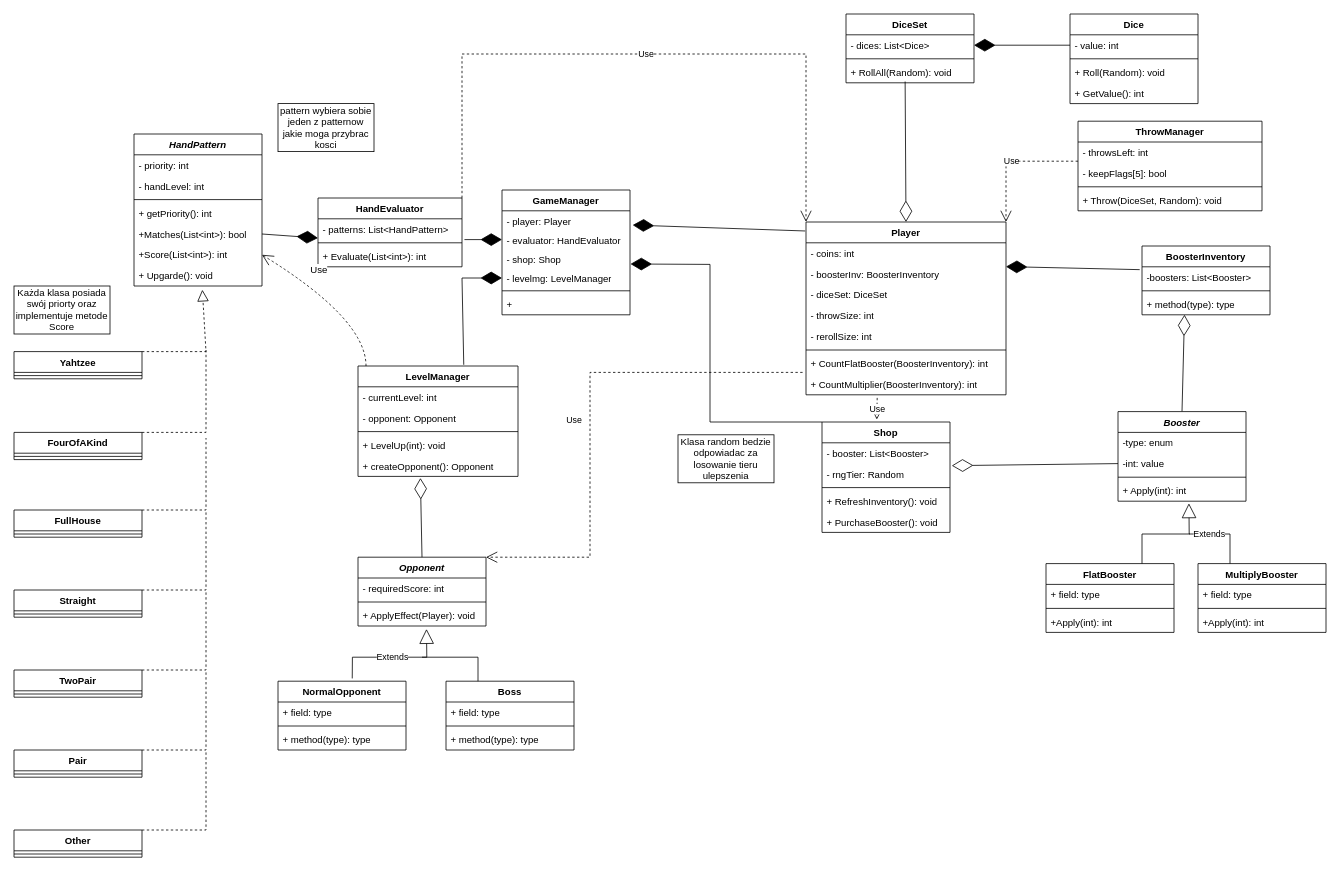
Before: DiceGame.drawio in kcprlal/DiceGame, a draw.io diagram. Source tidied: cells renumbered, new cells numbered last; positions are measured from the earlier drawing's top-left corner, leaving out a move shared by most shapes. Both pictures are drawn from the tidied source at 80%, with x=0, y=0 at pixel (14, 14).
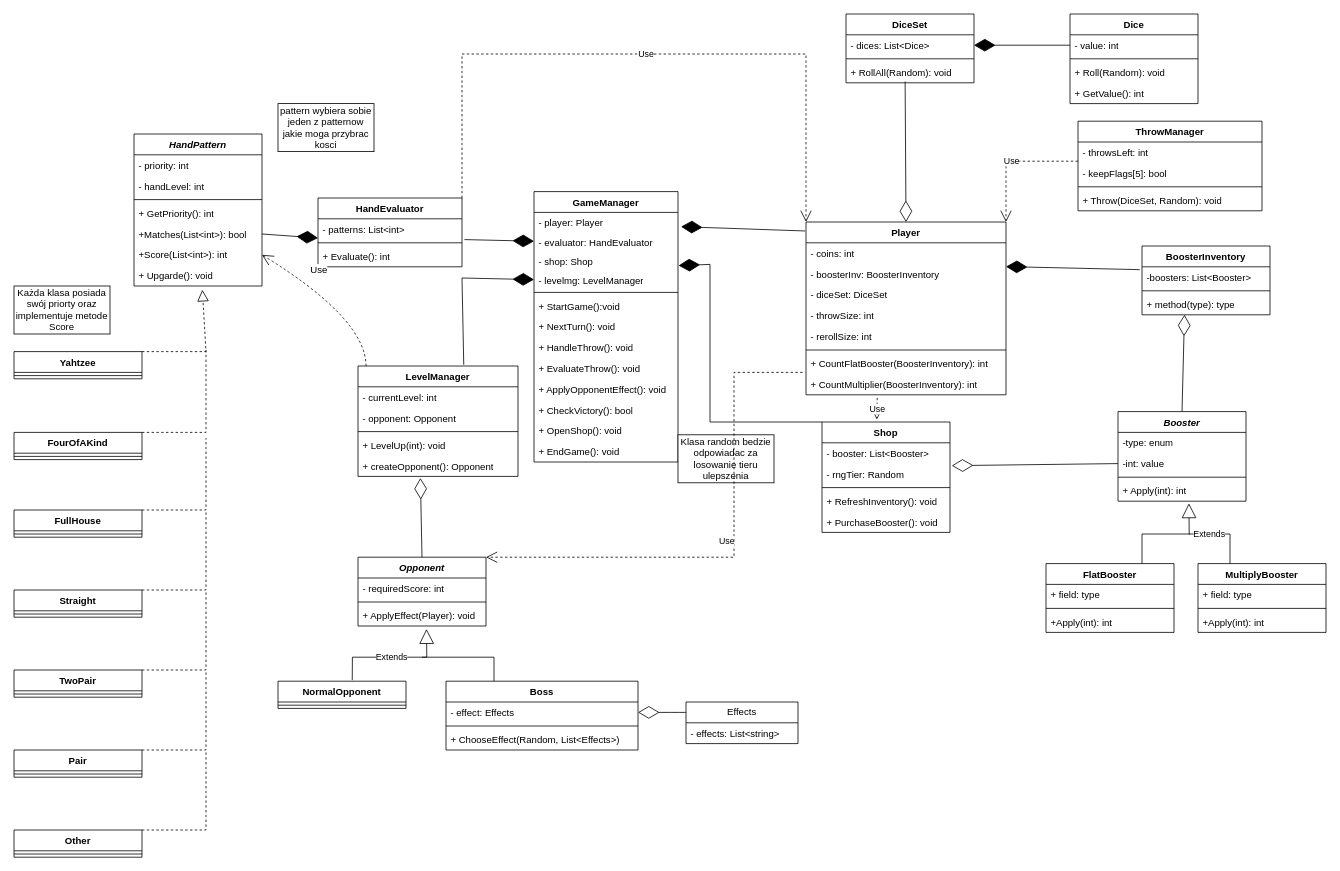
The same page after the edit.

The change refers to these unchanged cells:
```xml
<mxCell id="17" value="+ CountMultiplier(BoosterInventory): int" style="text;strokeColor=none;fillColor=none;align=left;verticalAlign=top;spacingLeft=4;spacingRight=4;overflow=hidden;points=[[0,0.5],[1,0.5]];portConstraint=eastwest;whiteSpace=wrap;html=1;" parent="9" vertex="1">
  <mxGeometry y="190" width="250" height="26" as="geometry" />
</mxCell>
<mxCell id="48" value="HandEvaluator" style="swimlane;fontStyle=1;align=center;verticalAlign=top;horizontal=1;startSize=26;whiteSpace=wrap;html=1;" parent="1" vertex="1">
  <mxGeometry x="380" y="230" width="180" height="86" as="geometry" />
</mxCell>
<mxCell id="53" value="&lt;i&gt;HandPattern&lt;/i&gt;" style="swimlane;fontStyle=1;align=center;verticalAlign=top;horizontal=1;startSize=26;whiteSpace=wrap;html=1;" parent="1" vertex="1">
  <mxGeometry x="150" y="150" width="160" height="190" as="geometry" />
</mxCell>
<mxCell id="89" value="&lt;i&gt;Opponent&lt;/i&gt;" style="swimlane;fontStyle=1;align=center;verticalAlign=top;horizontal=1;startSize=26;whiteSpace=wrap;html=1;" parent="1" vertex="1">
  <mxGeometry x="430" y="679" width="160" height="86" as="geometry" />
</mxCell>
```

The edit, as a diff of the source:
```diff
@@
     <mxCell id="2" value="GameManager" style="swimlane;fontStyle=1;align=center;verticalAlign=top;horizontal=1;startSize=26;whiteSpace=wrap;html=1;" parent="1" vertex="1">
-      <mxGeometry x="610" y="220" width="160" height="156" as="geometry" />
+      <mxGeometry x="650" y="222" width="180" height="338" as="geometry" />
     </mxCell>
     <mxCell id="3" value="- player: Player" style="text;strokeColor=none;fillColor=none;align=left;verticalAlign=top;spacingLeft=4;spacingRight=4;overflow=hidden;points=[[0,0.5],[1,0.5]];portConstraint=eastwest;whiteSpace=wrap;html=1;" parent="2" vertex="1">
-      <mxGeometry y="26" width="160" height="24" as="geometry" />
+      <mxGeometry y="26" width="180" height="24" as="geometry" />
     </mxCell>
     <mxCell id="4" value="- evaluator: HandEvaluator" style="text;strokeColor=none;fillColor=none;align=left;verticalAlign=top;spacingLeft=4;spacingRight=4;overflow=hidden;points=[[0,0.5],[1,0.5]];portConstraint=eastwest;whiteSpace=wrap;html=1;" parent="2" vertex="1">
-      <mxGeometry y="50" width="160" height="24" as="geometry" />
+      <mxGeometry y="50" width="180" height="24" as="geometry" />
     </mxCell>
     <mxCell id="5" value="- shop: Shop" style="text;strokeColor=none;fillColor=none;align=left;verticalAlign=top;spacingLeft=4;spacingRight=4;overflow=hidden;points=[[0,0.5],[1,0.5]];portConstraint=eastwest;whiteSpace=wrap;html=1;" parent="2" vertex="1">
-      <mxGeometry y="74" width="160" height="24" as="geometry" />
+      <mxGeometry y="74" width="180" height="24" as="geometry" />
     </mxCell>
     <mxCell id="6" value="- levelmg: LevelManager&lt;div&gt;&lt;br&gt;&lt;/div&gt;" style="text;strokeColor=none;fillColor=none;align=left;verticalAlign=top;spacingLeft=4;spacingRight=4;overflow=hidden;points=[[0,0.5],[1,0.5]];portConstraint=eastwest;whiteSpace=wrap;html=1;" parent="2" vertex="1">
-      <mxGeometry y="98" width="160" height="24" as="geometry" />
+      <mxGeometry y="98" width="180" height="24" as="geometry" />
     </mxCell>
     <mxCell id="7" style="line;strokeWidth=1;fillColor=none;align=left;verticalAlign=middle;spacingTop=-1;spacingLeft=3;spacingRight=3;labelPosition=right;strokeColor=inherit;" parent="2" vertex="1">
-      <mxGeometry y="122" width="160" height="8" as="geometry" />
+      <mxGeometry y="122" width="180" height="8" as="geometry" />
     </mxCell>
-    <mxCell id="8" value="+&amp;nbsp;" style="text;strokeColor=none;fillColor=none;align=left;verticalAlign=top;spacingLeft=4;spacingRight=4;overflow=hidden;whiteSpace=wrap;html=1;" parent="2" vertex="1">
-      <mxGeometry y="130" width="160" height="26" as="geometry" />
+    <mxCell id="8" value="+ StartGame():void" style="text;strokeColor=none;fillColor=none;align=left;verticalAlign=top;spacingLeft=4;spacingRight=4;overflow=hidden;whiteSpace=wrap;html=1;" parent="2" vertex="1">
+      <mxGeometry y="130" width="180" height="26" as="geometry" />
     </mxCell>
+    <mxCell id="129" value="+ NextTurn(): void" style="text;strokeColor=none;fillColor=none;align=left;verticalAlign=top;spacingLeft=4;spacingRight=4;overflow=hidden;whiteSpace=wrap;html=1;" parent="2" vertex="1">
+      <mxGeometry y="156" width="180" height="26" as="geometry" />
+    </mxCell>
+    <mxCell id="130" value="+ HandleThrow(): void" style="text;strokeColor=none;fillColor=none;align=left;verticalAlign=top;spacingLeft=4;spacingRight=4;overflow=hidden;whiteSpace=wrap;html=1;" parent="2" vertex="1">
+      <mxGeometry y="182" width="180" height="26" as="geometry" />
+    </mxCell>
+    <mxCell id="131" value="+ EvaluateThrow(): void" style="text;strokeColor=none;fillColor=none;align=left;verticalAlign=top;spacingLeft=4;spacingRight=4;overflow=hidden;whiteSpace=wrap;html=1;" parent="2" vertex="1">
+      <mxGeometry y="208" width="180" height="26" as="geometry" />
+    </mxCell>
+    <mxCell id="132" value="+ ApplyOpponentEffect(): void" style="text;strokeColor=none;fillColor=none;align=left;verticalAlign=top;spacingLeft=4;spacingRight=4;overflow=hidden;whiteSpace=wrap;html=1;" parent="2" vertex="1">
+      <mxGeometry y="234" width="180" height="26" as="geometry" />
+    </mxCell>
+    <mxCell id="133" value="+ CheckVictory(): bool" style="text;strokeColor=none;fillColor=none;align=left;verticalAlign=top;spacingLeft=4;spacingRight=4;overflow=hidden;whiteSpace=wrap;html=1;" parent="2" vertex="1">
+      <mxGeometry y="260" width="180" height="26" as="geometry" />
+    </mxCell>
+    <mxCell id="134" value="+ OpenShop(): void" style="text;strokeColor=none;fillColor=none;align=left;verticalAlign=top;spacingLeft=4;spacingRight=4;overflow=hidden;whiteSpace=wrap;html=1;" parent="2" vertex="1">
+      <mxGeometry y="286" width="180" height="26" as="geometry" />
+    </mxCell>
+    <mxCell id="135" value="+ EndGame(): void" style="text;strokeColor=none;fillColor=none;align=left;verticalAlign=top;spacingLeft=4;spacingRight=4;overflow=hidden;whiteSpace=wrap;html=1;" parent="2" vertex="1">
+      <mxGeometry y="312" width="180" height="26" as="geometry" />
+    </mxCell>
@@
-    <mxCell id="49" value="- patterns: List&amp;lt;HandPattern&amp;gt;" style="text;strokeColor=none;fillColor=none;align=left;verticalAlign=top;spacingLeft=4;spacingRight=4;overflow=hidden;points=[[0,0.5],[1,0.5]];portConstraint=eastwest;whiteSpace=wrap;html=1;" parent="48" vertex="1">
+    <mxCell id="49" value="- patterns: List&amp;lt;int&amp;gt;" style="text;strokeColor=none;fillColor=none;align=left;verticalAlign=top;spacingLeft=4;spacingRight=4;overflow=hidden;points=[[0,0.5],[1,0.5]];portConstraint=eastwest;whiteSpace=wrap;html=1;" parent="48" vertex="1">
       <mxGeometry y="26" width="180" height="26" as="geometry" />
     </mxCell>
@@
-    <mxCell id="51" value="+ Evaluate(List&amp;lt;int&amp;gt;): int" style="text;strokeColor=none;fillColor=none;align=left;verticalAlign=top;spacingLeft=4;spacingRight=4;overflow=hidden;whiteSpace=wrap;html=1;" parent="48" vertex="1">
+    <mxCell id="51" value="+ Evaluate(): int" style="text;strokeColor=none;fillColor=none;align=left;verticalAlign=top;spacingLeft=4;spacingRight=4;overflow=hidden;whiteSpace=wrap;html=1;" parent="48" vertex="1">
       <mxGeometry y="60" width="180" height="26" as="geometry" />
     </mxCell>
@@
-    <mxCell id="57" value="+ getPriority(): int" style="text;strokeColor=none;fillColor=none;align=left;verticalAlign=top;spacingLeft=4;spacingRight=4;overflow=hidden;whiteSpace=wrap;html=1;" parent="53" vertex="1">
+    <mxCell id="57" value="+ GetPriority(): int" style="text;strokeColor=none;fillColor=none;align=left;verticalAlign=top;spacingLeft=4;spacingRight=4;overflow=hidden;whiteSpace=wrap;html=1;" parent="53" vertex="1">
       <mxGeometry y="86" width="160" height="26" as="geometry" />
     </mxCell>
@@
     <mxCell id="94" value="NormalOpponent" style="swimlane;fontStyle=1;align=center;verticalAlign=top;horizontal=1;startSize=26;whiteSpace=wrap;html=1;" parent="1" vertex="1">
-      <mxGeometry x="330" y="834" width="160" height="86" as="geometry" />
+      <mxGeometry x="330" y="834" width="160" height="34" as="geometry" />
     </mxCell>
-    <mxCell id="95" value="+ field: type" style="text;strokeColor=none;fillColor=none;align=left;verticalAlign=top;spacingLeft=4;spacingRight=4;overflow=hidden;whiteSpace=wrap;html=1;" parent="94" vertex="1">
-      <mxGeometry y="26" width="160" height="26" as="geometry" />
-    </mxCell>
     <mxCell id="96" style="line;strokeWidth=1;fillColor=none;align=left;verticalAlign=middle;spacingTop=-1;spacingLeft=3;spacingRight=3;labelPosition=right;strokeColor=inherit;" parent="94" vertex="1">
-      <mxGeometry y="52" width="160" height="8" as="geometry" />
+      <mxGeometry y="26" width="160" height="8" as="geometry" />
     </mxCell>
-    <mxCell id="97" value="+ method(type): type" style="text;strokeColor=none;fillColor=none;align=left;verticalAlign=top;spacingLeft=4;spacingRight=4;overflow=hidden;whiteSpace=wrap;html=1;" parent="94" vertex="1">
-      <mxGeometry y="60" width="160" height="26" as="geometry" />
-    </mxCell>
     <mxCell id="98" value="Boss" style="swimlane;fontStyle=1;align=center;verticalAlign=top;horizontal=1;startSize=26;whiteSpace=wrap;html=1;" parent="1" vertex="1">
-      <mxGeometry x="540" y="834" width="160" height="86" as="geometry" />
+      <mxGeometry x="540" y="834" width="240" height="86" as="geometry" />
     </mxCell>
-    <mxCell id="99" value="+ field: type" style="text;strokeColor=none;fillColor=none;align=left;verticalAlign=top;spacingLeft=4;spacingRight=4;overflow=hidden;points=[[0,0.5],[1,0.5]];portConstraint=eastwest;whiteSpace=wrap;html=1;" parent="98" vertex="1">
-      <mxGeometry y="26" width="160" height="26" as="geometry" />
+    <mxCell id="99" value="- effect: Effects" style="text;strokeColor=none;fillColor=none;align=left;verticalAlign=top;spacingLeft=4;spacingRight=4;overflow=hidden;points=[[0,0.5],[1,0.5]];portConstraint=eastwest;whiteSpace=wrap;html=1;" parent="98" vertex="1">
+      <mxGeometry y="26" width="240" height="26" as="geometry" />
     </mxCell>
     <mxCell id="100" style="line;strokeWidth=1;fillColor=none;align=left;verticalAlign=middle;spacingTop=-1;spacingLeft=3;spacingRight=3;labelPosition=right;strokeColor=inherit;" parent="98" vertex="1">
-      <mxGeometry y="52" width="160" height="8" as="geometry" />
+      <mxGeometry y="52" width="240" height="8" as="geometry" />
     </mxCell>
-    <mxCell id="101" value="+ method(type): type" style="text;strokeColor=none;fillColor=none;align=left;verticalAlign=top;spacingLeft=4;spacingRight=4;overflow=hidden;whiteSpace=wrap;html=1;" parent="98" vertex="1">
-      <mxGeometry y="60" width="160" height="26" as="geometry" />
+    <mxCell id="101" value="+ ChooseEffect(Random, List&amp;lt;Effects&amp;gt;)" style="text;strokeColor=none;fillColor=none;align=left;verticalAlign=top;spacingLeft=4;spacingRight=4;overflow=hidden;whiteSpace=wrap;html=1;" parent="98" vertex="1">
+      <mxGeometry y="60" width="240" height="26" as="geometry" />
     </mxCell>
@@
     <mxCell id="113" style="endArrow=none;html=1;rounded=0;exitX=0.25;exitY=0;exitDx=0;exitDy=0;" parent="1" edge="1" source="98">
       <mxGeometry relative="1" as="geometry">
         <mxPoint x="510" y="804" as="targetPoint" />
         <Array as="points">
-          <mxPoint x="580" y="804" />
+          <mxPoint x="600" y="804" />
         </Array>
       </mxGeometry>
     </mxCell>
@@
     <mxCell id="128" value="Use" style="endArrow=open;endSize=12;dashed=1;html=1;rounded=0;exitX=-0.017;exitY=-0.077;exitDx=0;exitDy=0;entryX=1;entryY=0;entryDx=0;entryDy=0;exitPerimeter=0;" parent="1" edge="1" source="17" target="89">
       <mxGeometry x="0.04" y="-20" relative="1" as="geometry">
         <Array as="points">
-          <mxPoint x="720" y="448" />
-          <mxPoint x="720" y="679" />
+          <mxPoint x="900" y="448" />
+          <mxPoint x="900" y="679" />
         </Array>
       </mxGeometry>
     </mxCell>
+    <mxCell id="136" value="Effects" style="swimlane;fontStyle=0;horizontal=1;startSize=26;fillColor=none;whiteSpace=wrap;html=1;" parent="1" vertex="1">
+      <mxGeometry x="840" y="860" width="140" height="52" as="geometry" />
+    </mxCell>
+    <mxCell id="137" value="- effects: List&amp;lt;string&amp;gt;" style="text;strokeColor=none;fillColor=none;align=left;verticalAlign=top;spacingLeft=4;spacingRight=4;overflow=hidden;whiteSpace=wrap;html=1;" parent="136" vertex="1">
+      <mxGeometry y="26" width="140" height="26" as="geometry" />
+    </mxCell>
+    <mxCell id="138" style="endArrow=diamondThin;endFill=0;endSize=24;html=1;rounded=0;fontSize=12;curved=1;exitX=0;exitY=0.25;exitDx=0;exitDy=0;entryX=1;entryY=0.5;entryDx=0;entryDy=0;" parent="1" edge="1" source="136" target="99">
+      <mxGeometry relative="1" as="geometry" />
+    </mxCell>
```
